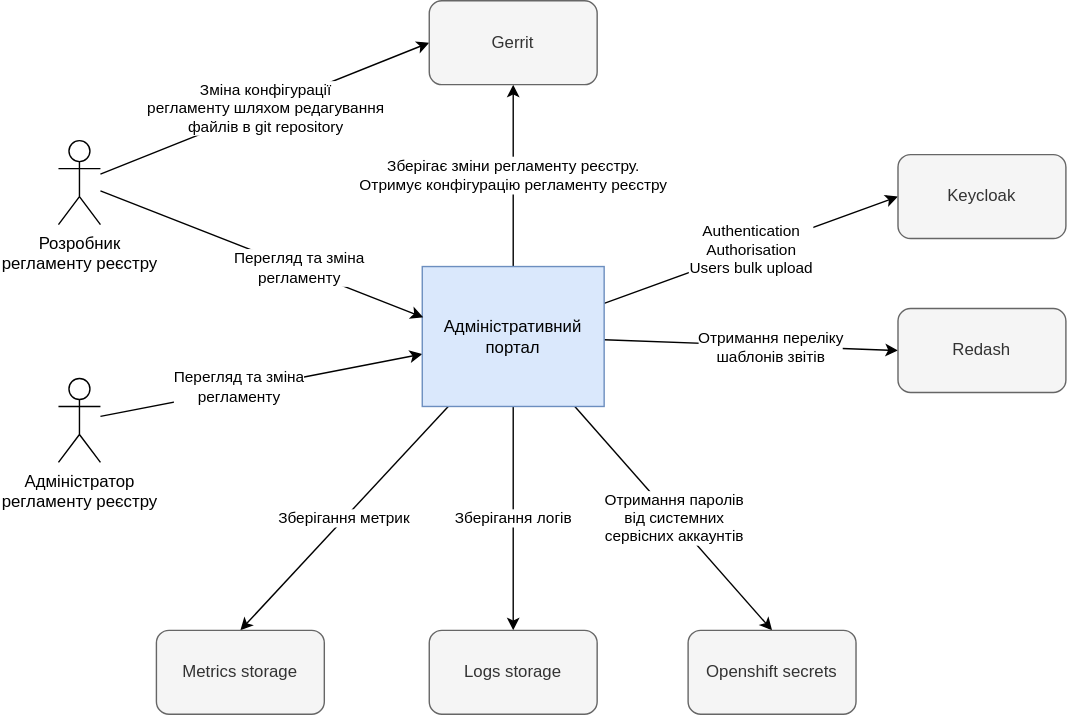
This is docs/modules/admin-portal-backend/images/context.svg from epam/edp-ddm-registry-regulation-management, a draw.io export, as it was before one commit. Source tidied: cells renumbered, new cells last; positions are measured from the earlier drawing's top-left corner, leaving out a move shared by most shapes.
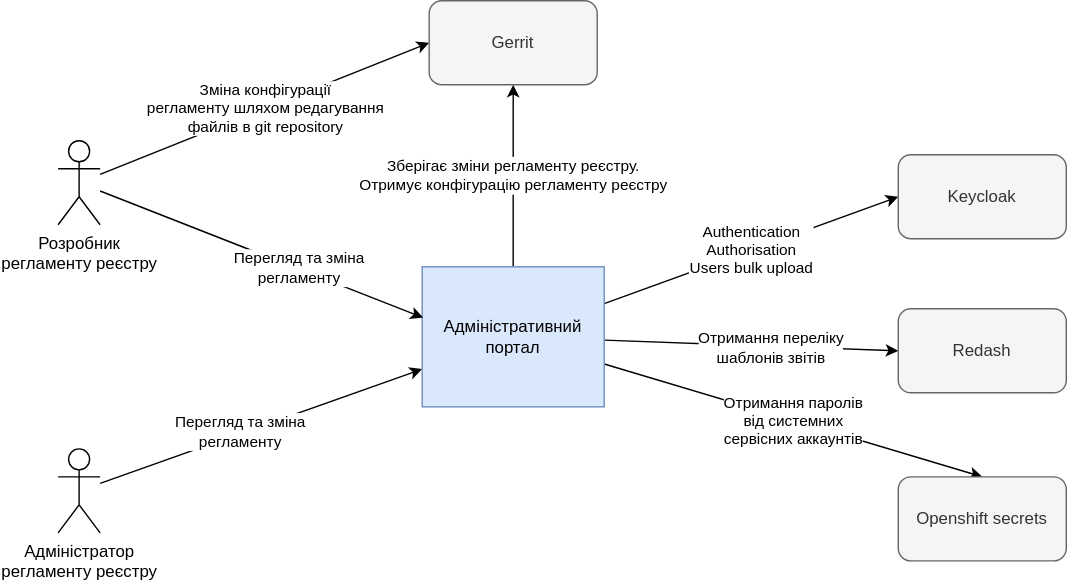
Above is the later version.

Diff of the diagram source:
```diff
@@ -9,7 +9,7 @@
       <mxGeometry x="-0.14" y="2" relative="1" as="geometry" />
     </mxCell>
     <mxCell id="4" value="Адміністратор &lt;br&gt;регламенту реєстру" style="shape=umlActor;verticalLabelPosition=bottom;verticalAlign=top;html=1;outlineConnect=0;" parent="1" vertex="1">
-      <mxGeometry y="270" width="30" height="60" as="geometry" />
+      <mxGeometry y="320" width="30" height="60" as="geometry" />
     </mxCell>
     <mxCell id="5" value="Зберігає зміни регламенту реєстру.&lt;br&gt;Отримує конфігурацію регламенту реєстру" style="edgeStyle=orthogonalEdgeStyle;rounded=0;jettySize=auto;html=1;entryX=0.5;entryY=1;entryDx=0;entryDy=0;" parent="1" edge="1" source="12" target="17">
       <mxGeometry relative="1" as="geometry" />
@@ -20,12 +20,6 @@
     <mxCell id="7" value="Отримання паролів &lt;br&gt;від системних &lt;br&gt;сервісних аккаунтів" style="edgeStyle=none;rounded=0;jettySize=auto;html=1;entryX=0.5;entryY=0;entryDx=0;entryDy=0;" parent="1" edge="1" source="12" target="19">
       <mxGeometry relative="1" as="geometry" />
     </mxCell>
-    <mxCell id="8" value="Зберігання логів" style="edgeStyle=none;rounded=0;jettySize=auto;html=1;entryX=0.5;entryY=0;entryDx=0;entryDy=0;" parent="1" edge="1" source="12" target="20">
-      <mxGeometry relative="1" as="geometry" />
-    </mxCell>
-    <mxCell id="9" value="Зберігання метрик" style="edgeStyle=none;rounded=0;jettySize=auto;html=1;entryX=0.5;entryY=0;entryDx=0;entryDy=0;" parent="1" edge="1" source="12" target="21">
-      <mxGeometry relative="1" as="geometry" />
-    </mxCell>
     <mxCell id="10" style="edgeStyle=none;rounded=0;jettySize=auto;html=1;entryX=0;entryY=0.5;entryDx=0;entryDy=0;" parent="1" edge="1" source="12" target="22">
       <mxGeometry relative="1" as="geometry" />
     </mxCell>
@@ -56,14 +50,8 @@
       <mxGeometry x="600" y="110" width="120" height="60" as="geometry" />
     </mxCell>
     <mxCell id="19" value="Openshift secrets" style="rounded=1;whiteSpace=wrap;html=1;fillColor=#f5f5f5;fontColor=#333333;strokeColor=#666666;" parent="1" vertex="1">
-      <mxGeometry x="450" y="450" width="120" height="60" as="geometry" />
+      <mxGeometry x="600" y="340" width="120" height="60" as="geometry" />
     </mxCell>
-    <mxCell id="20" value="Logs storage" style="rounded=1;whiteSpace=wrap;html=1;fillColor=#f5f5f5;fontColor=#333333;strokeColor=#666666;" parent="1" vertex="1">
-      <mxGeometry x="265" y="450" width="120" height="60" as="geometry" />
-    </mxCell>
-    <mxCell id="21" value="Metrics storage" style="rounded=1;whiteSpace=wrap;html=1;fillColor=#f5f5f5;fontColor=#333333;strokeColor=#666666;" parent="1" vertex="1">
-      <mxGeometry x="70" y="450" width="120" height="60" as="geometry" />
-    </mxCell>
     <mxCell id="22" value="Redash" style="rounded=1;whiteSpace=wrap;html=1;fillColor=#f5f5f5;fontColor=#333333;strokeColor=#666666;" parent="1" vertex="1">
       <mxGeometry x="600" y="220" width="120" height="60" as="geometry" />
     </mxCell>
```
